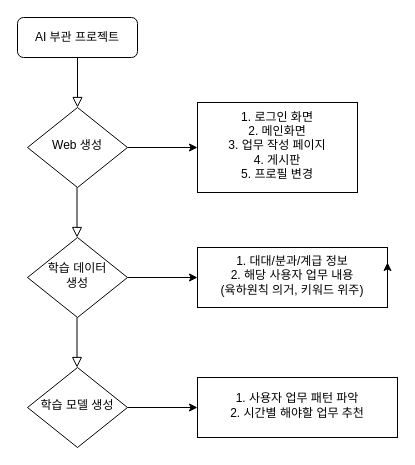
chaeng123/hello-world keeps this draw.io diagram as Untitled Diagram.drawio. Above is the earlier version. Source tidied: cells renumbered, new cells numbered last; positions are measured from the earlier drawing's top-left corner, leaving out a move shared by most shapes. Both pictures are drawn from the tidied source at 100%, with x=0, y=0 at pixel (17, 17).
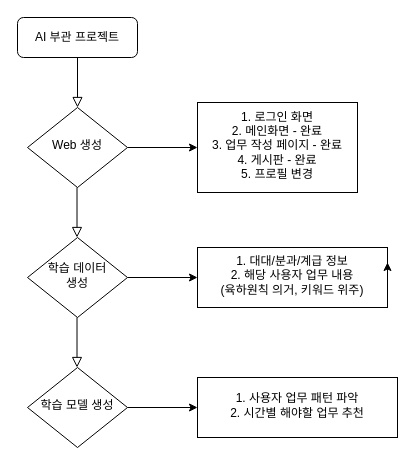
The same diagram, later.

What changed in the source:
```diff
@@
 <mxGraphModel>
   <root>
     <mxCell id="0" />
     <mxCell id="1" parent="0" />
     <mxCell id="2" style="rounded=0;html=1;jettySize=auto;fontSize=11;endArrow=block;endFill=0;endSize=8;strokeWidth=1;shadow=0;labelBackgroundColor=none;edgeStyle=orthogonalEdgeStyle;" parent="1" edge="1" source="3" target="5">
       <mxGeometry relative="1" as="geometry" />
     </mxCell>
     <mxCell id="3" value="AI 부관 프로젝트" style="rounded=1;whiteSpace=wrap;html=1;fontSize=12;glass=0;strokeWidth=1;shadow=0;" parent="1" vertex="1">
       <mxGeometry width="120" height="40" as="geometry" />
     </mxCell>
     <mxCell id="4" style="edgeStyle=orthogonalEdgeStyle;rounded=0;jettySize=auto;html=1;" parent="1" edge="1" source="5" target="12">
       <mxGeometry relative="1" as="geometry" />
     </mxCell>
     <mxCell id="5" value="Web 생성" style="rhombus;whiteSpace=wrap;html=1;shadow=0;fontFamily=Helvetica;fontSize=12;align=center;strokeWidth=1;spacing=6;spacingTop=-4;" parent="1" vertex="1">
       <mxGeometry x="10" y="90" width="100" height="80" as="geometry" />
     </mxCell>
     <mxCell id="6" style="edgeStyle=orthogonalEdgeStyle;rounded=0;jettySize=auto;html=1;" parent="1" edge="1" source="7" target="13">
       <mxGeometry relative="1" as="geometry" />
     </mxCell>
     <mxCell id="7" value="학습 데이터 &lt;br&gt;생성" style="rhombus;whiteSpace=wrap;html=1;shadow=0;fontFamily=Helvetica;fontSize=12;align=center;strokeWidth=1;spacing=6;spacingTop=-4;" parent="1" vertex="1">
       <mxGeometry x="10" y="220" width="100" height="80" as="geometry" />
     </mxCell>
     <mxCell id="8" style="rounded=0;html=1;jettySize=auto;orthogonalLoop=1;fontSize=11;endArrow=block;endFill=0;endSize=8;strokeWidth=1;shadow=0;labelBackgroundColor=none;edgeStyle=orthogonalEdgeStyle;" parent="1" edge="1">
       <mxGeometry relative="1" as="geometry">
         <mxPoint x="59.5" y="170" as="sourcePoint" />
         <mxPoint x="59.5" y="220" as="targetPoint" />
       </mxGeometry>
     </mxCell>
     <mxCell id="9" style="edgeStyle=orthogonalEdgeStyle;rounded=0;jettySize=auto;html=1;" parent="1" edge="1" source="10" target="15">
       <mxGeometry relative="1" as="geometry" />
     </mxCell>
     <mxCell id="10" value="학습 모델 생성" style="rhombus;whiteSpace=wrap;html=1;shadow=0;fontFamily=Helvetica;fontSize=12;align=center;strokeWidth=1;spacing=6;spacingTop=-4;" parent="1" vertex="1">
       <mxGeometry x="10" y="350" width="100" height="80" as="geometry" />
     </mxCell>
     <mxCell id="11" style="rounded=0;html=1;jettySize=auto;orthogonalLoop=1;fontSize=11;endArrow=block;endFill=0;endSize=8;strokeWidth=1;shadow=0;labelBackgroundColor=none;edgeStyle=orthogonalEdgeStyle;" parent="1" edge="1">
       <mxGeometry relative="1" as="geometry">
         <mxPoint x="59.5" y="300" as="sourcePoint" />
         <mxPoint x="59.5" y="350" as="targetPoint" />
       </mxGeometry>
     </mxCell>
-    <mxCell id="12" value="1. 로그인 화면&lt;br&gt;2. 메인화면&lt;br&gt;3. 업무 작성 페이지&lt;br&gt;4. 게시판&lt;br&gt;5. 프로필 변경" style="whiteSpace=wrap;html=1;shadow=0;strokeWidth=1;spacing=6;spacingTop=-4;" parent="1" vertex="1">
+    <mxCell id="12" value="1. 로그인 화면&lt;br&gt;2. 메인화면 - 완료&lt;br&gt;3. 업무 작성 페이지 - 완료&lt;br&gt;4. 게시판 - 완료&lt;br&gt;5. 프로필 변경" style="whiteSpace=wrap;html=1;shadow=0;strokeWidth=1;spacing=6;spacingTop=-4;" parent="1" vertex="1">
       <mxGeometry x="180" y="85" width="160" height="90" as="geometry" />
     </mxCell>
     <mxCell id="13" value="1. 대대/분과/계급 정보&lt;br&gt;2. 해당 사용자 업무 내용&lt;br&gt;(육하원칙 의거, 키워드 위주)" style="whiteSpace=wrap;html=1;shadow=0;strokeWidth=1;spacing=6;spacingTop=-4;" parent="1" vertex="1">
       <mxGeometry x="180" y="230" width="190" height="60" as="geometry" />
     </mxCell>
     <mxCell id="14" style="edgeStyle=orthogonalEdgeStyle;rounded=0;orthogonalLoop=1;jettySize=auto;html=1;exitX=1;exitY=0.5;exitDx=0;exitDy=0;entryX=1;entryY=0.25;entryDx=0;entryDy=0;" parent="1" edge="1" source="13" target="13">
       <mxGeometry relative="1" as="geometry" />
     </mxCell>
     <mxCell id="15" value="1. 사용자 업무 패턴 파악&lt;br&gt;2. 시간별 해야할 업무 추천" style="whiteSpace=wrap;html=1;shadow=0;strokeWidth=1;spacing=6;spacingTop=-4;" parent="1" vertex="1">
       <mxGeometry x="180" y="360" width="200" height="60" as="geometry" />
     </mxCell>
   </root>
 </mxGraphModel>
```
